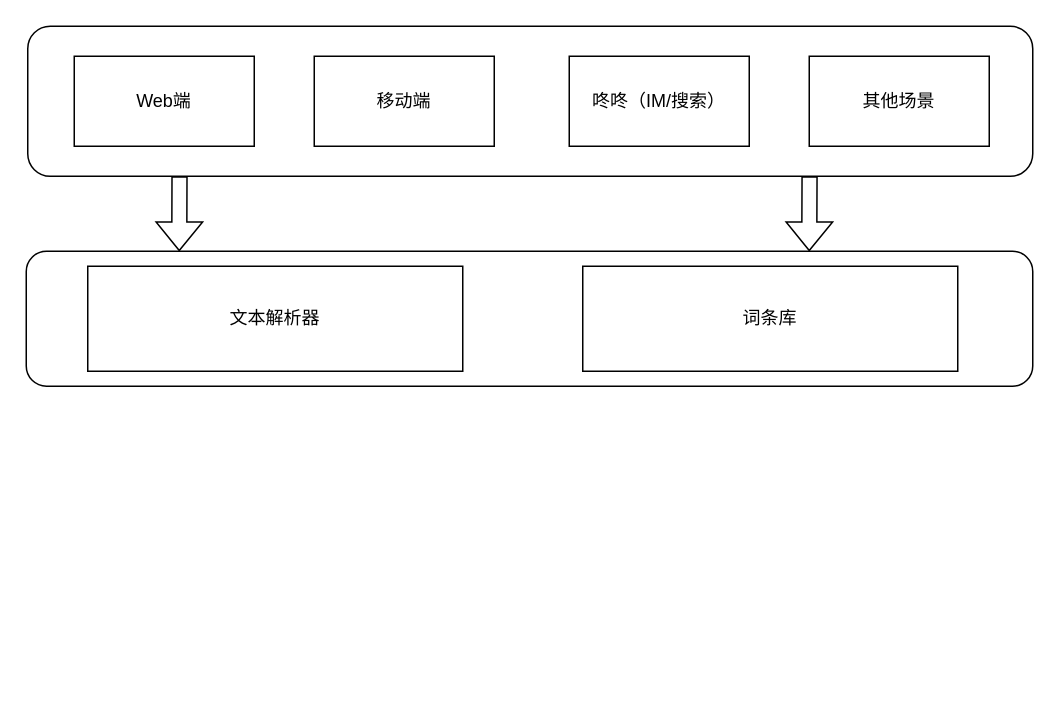
The draw.io diagram 未命名绘图.drawio in CoderGrowing/draw.io, before the edit. Source tidied: cells renumbered, new cells numbered last; positions are measured from the earlier drawing's top-left corner, leaving out a move shared by most shapes. Both pictures are drawn from the tidied source at 150%, with x=0, y=0 at pixel (26, 26).
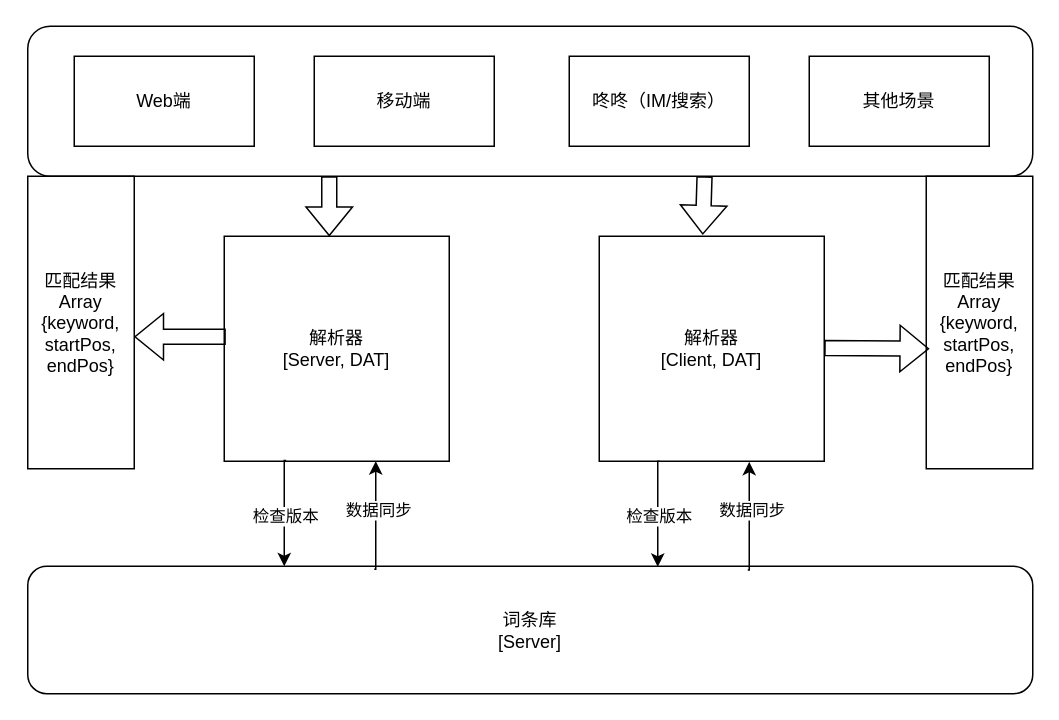
After the change.

Commit message:
更新未命名绘图.drawio

The change refers to these unchanged cells:
```xml
<mxCell id="2" style="rounded=1;whiteSpace=wrap;html=1;" parent="1" vertex="1">
  <mxGeometry x="1" width="670" height="100" as="geometry" />
</mxCell>
```

What changed in the source:
```diff
@@
-    <mxCell id="7" style="rounded=1;whiteSpace=wrap;html=1;fillColor=#FFFFFF;" parent="1" vertex="1">
-      <mxGeometry y="150" width="671" height="90" as="geometry" />
-    </mxCell>
-    <mxCell id="8" value="文本解析器" style="rounded=0;whiteSpace=wrap;html=1;fillColor=#FFFFFF;" parent="1" vertex="1">
-      <mxGeometry x="41" y="160" width="250" height="70" as="geometry" />
+    <mxCell id="8" value="解析器&lt;br&gt;[Server, DAT]" style="rounded=0;whiteSpace=wrap;html=1;fillColor=#FFFFFF;" parent="1" vertex="1">
+      <mxGeometry x="132" y="140" width="150" height="150" as="geometry" />
     </mxCell>
-    <mxCell id="9" value="词条库" style="rounded=0;whiteSpace=wrap;html=1;fillColor=#FFFFFF;" parent="1" vertex="1">
-      <mxGeometry x="371" y="160" width="250" height="70" as="geometry" />
-    </mxCell>
-    <mxCell id="10" style="shape=flexArrow;endArrow=classic;html=1;rounded=0;exitX=0.151;exitY=1;exitDx=0;exitDy=0;exitPerimeter=0;" parent="1" edge="1" source="2">
+    <mxCell id="10" style="shape=flexArrow;endArrow=classic;html=1;rounded=0;" parent="1" edge="1">
       <mxGeometry relative="1" as="geometry">
-        <mxPoint x="102" y="150" as="targetPoint" />
+        <mxPoint x="202" y="100" as="sourcePoint" />
+        <mxPoint x="202" y="140" as="targetPoint" />
       </mxGeometry>
     </mxCell>
-    <mxCell id="11" style="shape=flexArrow;endArrow=classic;html=1;rounded=0;exitX=0.151;exitY=1;exitDx=0;exitDy=0;exitPerimeter=0;" parent="1" edge="1">
+    <mxCell id="11" style="shape=flexArrow;endArrow=classic;html=1;rounded=0;exitX=0.151;exitY=1;exitDx=0;exitDy=0;exitPerimeter=0;entryX=0.46;entryY=-0.007;entryDx=0;entryDy=0;entryPerimeter=0;" parent="1" edge="1" target="12">
       <mxGeometry relative="1" as="geometry">
-        <mxPoint x="522.2" y="100" as="sourcePoint" />
-        <mxPoint x="522" y="150" as="targetPoint" />
+        <mxPoint x="452.2" y="100" as="sourcePoint" />
       </mxGeometry>
     </mxCell>
+    <mxCell id="12" value="解析器&lt;br&gt;[Client, DAT]" style="rounded=0;whiteSpace=wrap;html=1;fillColor=#FFFFFF;" parent="1" vertex="1">
+      <mxGeometry x="382" y="140" width="150" height="150" as="geometry" />
+    </mxCell>
+    <mxCell id="13" value="词条库&lt;br&gt;[Server]" style="rounded=1;whiteSpace=wrap;html=1;" parent="1" vertex="1">
+      <mxGeometry x="1" y="360" width="670" height="85" as="geometry" />
+    </mxCell>
+    <mxCell id="14" value="匹配结果&lt;br&gt;Array&lt;br&gt;{keyword,&lt;br&gt;startPos,&lt;br&gt;endPos}" style="rounded=0;whiteSpace=wrap;html=1;" parent="1" vertex="1">
+      <mxGeometry x="1" y="100" width="71" height="195" as="geometry" />
+    </mxCell>
+    <mxCell id="15" style="shape=flexArrow;endArrow=classic;html=1;rounded=0;exitX=0.007;exitY=0.447;exitDx=0;exitDy=0;exitPerimeter=0;" parent="1" edge="1" source="8">
+      <mxGeometry relative="1" as="geometry">
+        <mxPoint x="72" y="207" as="targetPoint" />
+      </mxGeometry>
+    </mxCell>
+    <mxCell id="16" value="匹配结果&lt;br&gt;Array&lt;br&gt;{keyword,&lt;br&gt;startPos,&lt;br&gt;endPos}" style="rounded=0;whiteSpace=wrap;html=1;" parent="1" vertex="1">
+      <mxGeometry x="600" y="100" width="71" height="195" as="geometry" />
+    </mxCell>
+    <mxCell id="17" style="shape=flexArrow;endArrow=classic;html=1;rounded=0;exitX=0.007;exitY=0.447;exitDx=0;exitDy=0;exitPerimeter=0;" parent="1" edge="1">
+      <mxGeometry relative="1" as="geometry">
+        <mxPoint x="532" y="214.5" as="sourcePoint" />
+        <mxPoint x="602" y="215" as="targetPoint" />
+      </mxGeometry>
+    </mxCell>
+    <mxCell id="18" style="edgeStyle=orthogonalEdgeStyle;rounded=0;orthogonalLoop=1;jettySize=auto;html=1;exitX=0.313;exitY=0.997;exitDx=0;exitDy=0;exitPerimeter=0;" parent="1" edge="1">
+      <mxGeometry relative="1" as="geometry">
+        <mxPoint x="173.3" y="289.5" as="sourcePoint" />
+        <mxPoint x="172" y="360" as="targetPoint" />
+        <Array as="points">
+          <mxPoint x="172.3" y="290" />
+        </Array>
+      </mxGeometry>
+    </mxCell>
+    <mxCell id="19" value="检查版本" style="edgeLabel;html=1;align=center;verticalAlign=middle;" parent="18" vertex="1">
+      <mxGeometry x="0.06" relative="1" as="geometry" />
+    </mxCell>
+    <mxCell id="20" style="edgeStyle=orthogonalEdgeStyle;rounded=0;orthogonalLoop=1;jettySize=auto;html=1;exitX=0.716;exitY=-0.035;exitDx=0;exitDy=0;exitPerimeter=0;" parent="1" edge="1">
+      <mxGeometry relative="1" as="geometry">
+        <mxPoint x="232" y="362" as="sourcePoint" />
+        <mxPoint x="233" y="290" as="targetPoint" />
+        <Array as="points">
+          <mxPoint x="233" y="362" />
+        </Array>
+      </mxGeometry>
+    </mxCell>
+    <mxCell id="21" value="数据同步" style="edgeLabel;html=1;align=center;verticalAlign=middle;" parent="20" vertex="1">
+      <mxGeometry x="0.11" y="-1" relative="1" as="geometry" />
+    </mxCell>
+    <mxCell id="22" style="edgeStyle=orthogonalEdgeStyle;rounded=0;orthogonalLoop=1;jettySize=auto;html=1;exitX=0.313;exitY=0.997;exitDx=0;exitDy=0;exitPerimeter=0;" parent="1" edge="1">
+      <mxGeometry relative="1" as="geometry">
+        <mxPoint x="422.3" y="290" as="sourcePoint" />
+        <mxPoint x="421" y="360.4" as="targetPoint" />
+        <Array as="points">
+          <mxPoint x="421.4" y="290.4" />
+        </Array>
+      </mxGeometry>
+    </mxCell>
+    <mxCell id="23" value="检查版本" style="edgeLabel;html=1;align=center;verticalAlign=middle;" parent="22" vertex="1">
+      <mxGeometry x="0.06" relative="1" as="geometry" />
+    </mxCell>
+    <mxCell id="24" style="edgeStyle=orthogonalEdgeStyle;rounded=0;orthogonalLoop=1;jettySize=auto;html=1;exitX=0.716;exitY=-0.035;exitDx=0;exitDy=0;exitPerimeter=0;" parent="1" edge="1">
+      <mxGeometry relative="1" as="geometry">
+        <mxPoint x="481" y="362.5" as="sourcePoint" />
+        <mxPoint x="482" y="290.4" as="targetPoint" />
+        <Array as="points">
+          <mxPoint x="482" y="362.4" />
+        </Array>
+      </mxGeometry>
+    </mxCell>
+    <mxCell id="25" value="数据同步" style="edgeLabel;html=1;align=center;verticalAlign=middle;" parent="24" vertex="1">
+      <mxGeometry x="0.11" y="-1" relative="1" as="geometry" />
+    </mxCell>
```
